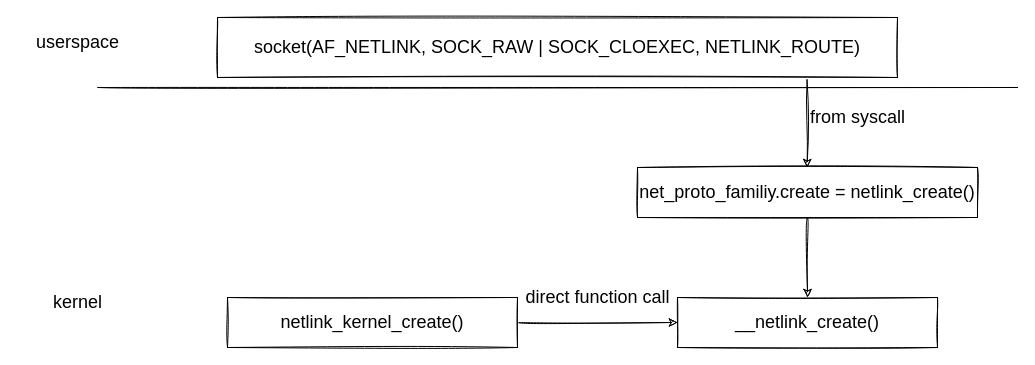
Above: source/_data/netlink.drawio in hsqStephenZhang/blogs-raw (draw.io), before the change. Source tidied: cells renumbered, new cells numbered last; positions are measured from the earlier drawing's top-left corner, leaving out a move shared by most shapes. Both pictures are drawn from the tidied source at 100%, with x=0, y=0 at pixel (27, 17).
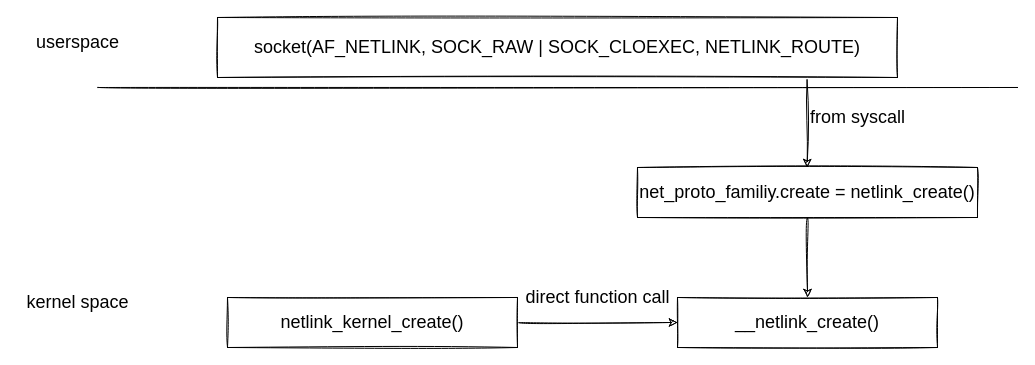
The same page after the edit.

The edit, as a diff of the source:
```diff
@@
 <mxGraphModel>
   <root>
     <mxCell id="0" />
     <mxCell id="1" parent="0" />
     <mxCell id="2" value="socket(AF_NETLINK, SOCK_RAW | SOCK_CLOEXEC, NETLINK_ROUTE)" style="rounded=0;whiteSpace=wrap;html=1;sketch=1;fontSize=18;" parent="1" vertex="1">
       <mxGeometry x="190" width="680" height="60" as="geometry" />
     </mxCell>
     <mxCell id="3" style="endArrow=none;html=1;rounded=1;sketch=1;fontSize=18;curved=1;" parent="1" edge="1">
       <mxGeometry relative="1" as="geometry">
         <mxPoint x="70" y="70" as="sourcePoint" />
         <mxPoint x="990" y="70" as="targetPoint" />
       </mxGeometry>
     </mxCell>
     <mxCell id="4" value="userspace" style="text;html=1;align=center;verticalAlign=middle;strokeColor=none;fillColor=none;fontSize=18;" parent="1" vertex="1">
       <mxGeometry y="10" width="100" height="30" as="geometry" />
     </mxCell>
-    <mxCell id="5" value="kernel" style="text;html=1;align=center;verticalAlign=middle;strokeColor=none;fillColor=none;fontSize=18;" parent="1" vertex="1">
-      <mxGeometry x="20" y="270" width="60" height="30" as="geometry" />
+    <mxCell id="5" value="kernel space" style="text;html=1;align=center;verticalAlign=middle;strokeColor=none;fillColor=none;fontSize=18;" parent="1" vertex="1">
+      <mxGeometry x="-10" y="270" width="120" height="30" as="geometry" />
     </mxCell>
     <mxCell id="6" style="edgeStyle=orthogonalEdgeStyle;curved=1;rounded=1;sketch=1;jettySize=auto;html=1;entryX=0.5;entryY=0;entryDx=0;entryDy=0;fontSize=18;" parent="1" edge="1" source="7" target="8">
       <mxGeometry relative="1" as="geometry" />
     </mxCell>
     <mxCell id="7" value="net_proto_familiy.create = netlink_create()" style="rounded=0;whiteSpace=wrap;html=1;sketch=1;fontSize=18;" parent="1" vertex="1">
       <mxGeometry x="610" y="150" width="340" height="50" as="geometry" />
     </mxCell>
     <mxCell id="8" value="__netlink_create()" style="rounded=0;whiteSpace=wrap;html=1;sketch=1;fontSize=18;" parent="1" vertex="1">
       <mxGeometry x="650" y="280" width="260" height="50" as="geometry" />
     </mxCell>
     <mxCell id="9" style="edgeStyle=orthogonalEdgeStyle;curved=1;rounded=1;sketch=1;jettySize=auto;html=1;entryX=0;entryY=0.5;entryDx=0;entryDy=0;fontSize=18;" parent="1" edge="1" source="10" target="8">
       <mxGeometry relative="1" as="geometry" />
     </mxCell>
     <mxCell id="10" value="netlink_kernel_create()" style="rounded=0;whiteSpace=wrap;html=1;sketch=1;fontSize=18;" parent="1" vertex="1">
       <mxGeometry x="200" y="280" width="290" height="50" as="geometry" />
     </mxCell>
     <mxCell id="11" style="edgeStyle=orthogonalEdgeStyle;curved=1;rounded=1;sketch=1;jettySize=auto;html=1;entryX=0.5;entryY=0;entryDx=0;entryDy=0;fontSize=18;exitX=0.867;exitY=1.038;exitDx=0;exitDy=0;exitPerimeter=0;" parent="1" edge="1" source="2">
       <mxGeometry relative="1" as="geometry">
         <mxPoint x="779.8" y="150" as="targetPoint" />
       </mxGeometry>
     </mxCell>
     <mxCell id="12" value="from syscall" style="text;html=1;align=center;verticalAlign=middle;strokeColor=none;fillColor=none;fontSize=18;" parent="1" vertex="1">
       <mxGeometry x="775" y="85" width="110" height="30" as="geometry" />
     </mxCell>
     <mxCell id="13" value="direct function call" style="text;html=1;align=center;verticalAlign=middle;strokeColor=none;fillColor=none;fontSize=18;" parent="1" vertex="1">
       <mxGeometry x="490" y="265" width="160" height="30" as="geometry" />
     </mxCell>
   </root>
 </mxGraphModel>
```
